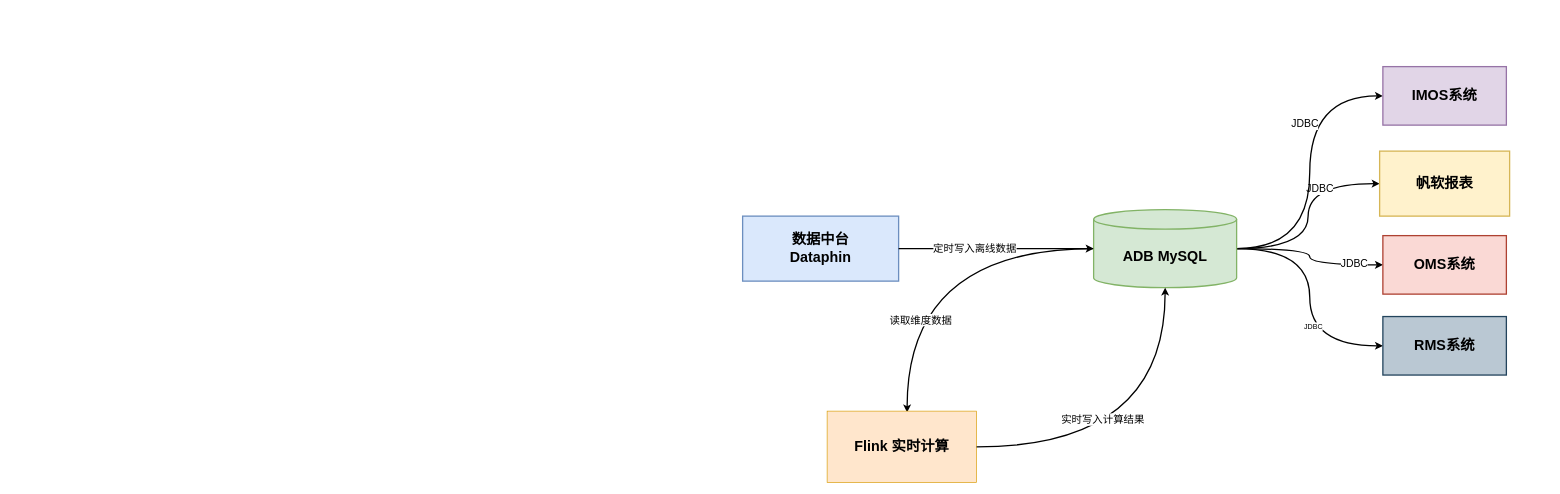
starzy1990/diagrams keeps this draw.io diagram as 未命名绘图.drawio. Above is the earlier version. Source tidied: cells renumbered, new cells numbered last; positions are measured from the earlier drawing's top-left corner, leaving out a move shared by most shapes. Both pictures are drawn from the tidied source at 65%, with x=0, y=0 at pixel (742, 66).
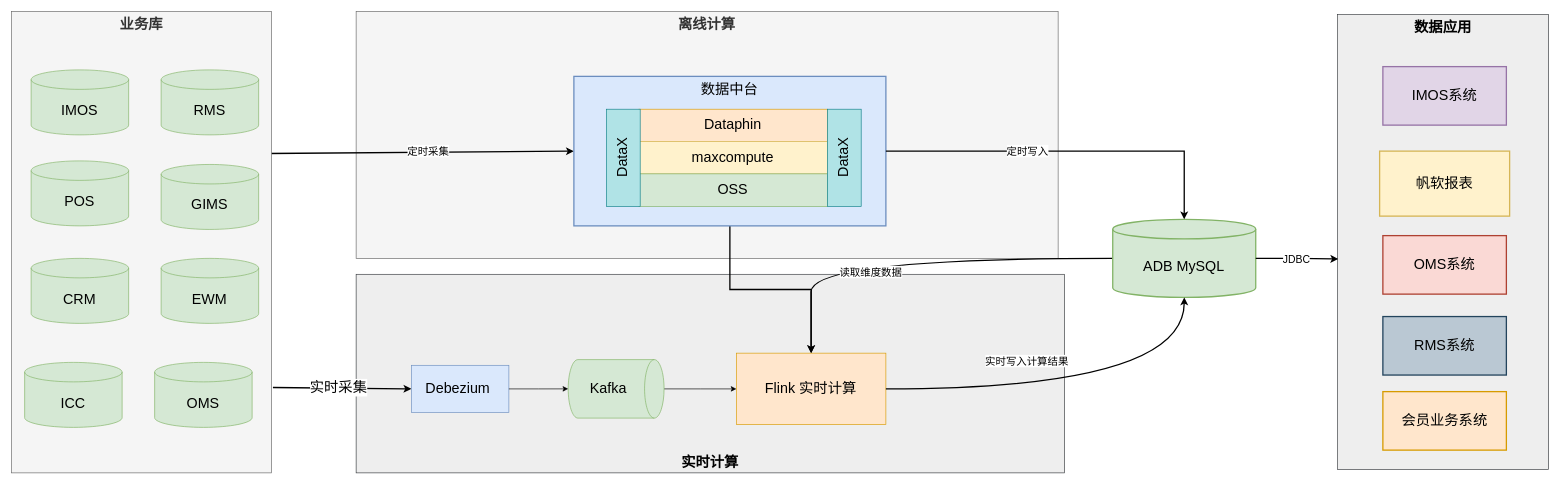
After the change.

Commit message (it also covers changes not shown here):
更新未命名绘图.drawio

Change to the diagram source:
```diff
@@
+    <mxCell id="23" value="数据应用" style="rounded=0;whiteSpace=wrap;html=1;fillColor=#eeeeee;strokeColor=#36393d;verticalAlign=top;fontStyle=1;fontSize=22;" parent="1" vertex="1">
+      <mxGeometry x="915.4" y="-80" width="324.6" height="700" as="geometry" />
+    </mxCell>
+    <mxCell id="24" value="实时计算" style="rounded=0;whiteSpace=wrap;html=1;fillColor=#eeeeee;horizontal=1;verticalAlign=bottom;fontSize=22;strokeColor=#36393d;fontStyle=1;" parent="1" vertex="1">
+      <mxGeometry x="-594.6" y="319.5" width="1090" height="305.5" as="geometry" />
+    </mxCell>
+    <mxCell id="25" value="离线计算" style="rounded=0;whiteSpace=wrap;html=1;fillColor=#f5f5f5;fontColor=#333333;strokeColor=#666666;horizontal=1;verticalAlign=top;fontSize=22;fontStyle=1;" parent="1" vertex="1">
+      <mxGeometry x="-594.6" y="-85" width="1080" height="380" as="geometry" />
+    </mxCell>
+    <mxCell id="26" style="rounded=0;jettySize=auto;html=1;entryX=0;entryY=0.5;entryDx=0;entryDy=0;strokeWidth=2;exitX=1.005;exitY=0.815;exitDx=0;exitDy=0;exitPerimeter=0;" parent="1" edge="1" source="30" target="35">
+      <mxGeometry relative="1" as="geometry" />
+    </mxCell>
+    <mxCell id="27" value="实时采集" style="edgeLabel;html=1;align=center;verticalAlign=middle;fontSize=22;" parent="26" vertex="1">
+      <mxGeometry x="-0.06" y="1" relative="1" as="geometry" />
+    </mxCell>
+    <mxCell id="28" style="rounded=0;jettySize=auto;html=1;entryX=0;entryY=0.5;entryDx=0;entryDy=0;strokeWidth=2;exitX=0.987;exitY=0.308;exitDx=0;exitDy=0;exitPerimeter=0;" parent="1" edge="1" source="30" target="13">
+      <mxGeometry relative="1" as="geometry" />
+    </mxCell>
+    <mxCell id="29" value="定时采集" style="edgeLabel;html=1;align=center;verticalAlign=middle;fontSize=16;" parent="28" vertex="1">
+      <mxGeometry x="0.04" y="-13" relative="1" as="geometry">
+        <mxPoint y="-15" as="offset" />
+      </mxGeometry>
+    </mxCell>
+    <mxCell id="30" value="业务库" style="rounded=0;whiteSpace=wrap;html=1;fillColor=#f5f5f5;fontColor=#333333;strokeColor=#666666;fontSize=22;verticalAlign=top;fontStyle=1;" parent="1" vertex="1">
+      <mxGeometry x="-1124.6" y="-85" width="400" height="710" as="geometry" />
+    </mxCell>
-    <mxCell id="2" style="edgeStyle=orthogonalEdgeStyle;rounded=0;jettySize=auto;html=1;exitX=0;exitY=0.5;exitDx=0;exitDy=0;exitPerimeter=0;entryX=0.535;entryY=0.018;entryDx=0;entryDy=0;entryPerimeter=0;curved=1;strokeWidth=2;" parent="1" edge="1" source="12" target="14">
+    <mxCell id="2" style="edgeStyle=orthogonalEdgeStyle;rounded=0;jettySize=auto;html=1;curved=1;strokeWidth=2;" parent="1" edge="1" source="12" target="14">
       <mxGeometry relative="1" as="geometry" />
     </mxCell>
     <mxCell id="3" value="读取维度数据" style="edgeLabel;html=1;align=center;verticalAlign=middle;fontSize=16;" parent="2" vertex="1">
-      <mxGeometry x="0.47" y="20" relative="1" as="geometry" />
+      <mxGeometry x="0.47" y="20" relative="1" as="geometry">
+        <mxPoint x="75" as="offset" />
+      </mxGeometry>
     </mxCell>
-    <mxCell id="4" style="edgeStyle=orthogonalEdgeStyle;rounded=0;jettySize=auto;html=1;entryX=0;entryY=0.5;entryDx=0;entryDy=0;strokeWidth=2;curved=1;" parent="1" edge="1" source="12" target="19">
-      <mxGeometry relative="1" as="geometry" />
-    </mxCell>
-    <mxCell id="5" value="JDBC" style="edgeLabel;html=1;align=center;verticalAlign=middle;fontSize=16;" parent="4" vertex="1">
-      <mxGeometry x="0.42" y="-7" relative="1" as="geometry" />
-    </mxCell>
-    <mxCell id="6" style="edgeStyle=orthogonalEdgeStyle;rounded=0;jettySize=auto;html=1;strokeWidth=2;curved=1;" parent="1" edge="1" source="12" target="21">
-      <mxGeometry relative="1" as="geometry" />
-    </mxCell>
-    <mxCell id="7" value="JDBC" style="edgeLabel;html=1;align=center;verticalAlign=middle;fontSize=16;" parent="6" vertex="1">
-      <mxGeometry x="0.64" y="4" relative="1" as="geometry" />
-    </mxCell>
-    <mxCell id="8" style="edgeStyle=orthogonalEdgeStyle;rounded=0;jettySize=auto;html=1;entryX=0;entryY=0.5;entryDx=0;entryDy=0;strokeWidth=2;curved=1;fontSize=16;" parent="1" edge="1" source="12" target="22">
-      <mxGeometry relative="1" as="geometry" />
-    </mxCell>
-    <mxCell id="9" value="JDBC" style="edgeLabel;html=1;align=center;verticalAlign=middle;" parent="8" vertex="1">
-      <mxGeometry x="0.24" y="5" relative="1" as="geometry" />
-    </mxCell>
-    <mxCell id="10" style="edgeStyle=orthogonalEdgeStyle;rounded=0;jettySize=auto;html=1;entryX=0;entryY=0.5;entryDx=0;entryDy=0;curved=1;strokeWidth=2;" parent="1" edge="1" source="12" target="20">
-      <mxGeometry relative="1" as="geometry" />
-    </mxCell>
-    <mxCell id="11" value="JDBC" style="edgeLabel;html=1;align=center;verticalAlign=middle;fontSize=16;" parent="10" vertex="1">
-      <mxGeometry x="0.33" y="8" relative="1" as="geometry">
-        <mxPoint y="1" as="offset" />
-      </mxGeometry>
-    </mxCell>
-    <mxCell id="12" value="ADB MySQL" style="shape=cylinder3;whiteSpace=wrap;html=1;boundedLbl=1;backgroundOutline=1;size=15;fillColor=#d5e8d4;strokeColor=#82b366;fontSize=22;fontStyle=1;strokeWidth=2;" parent="1" vertex="1">
-      <mxGeometry x="540" y="220" width="220" height="120" as="geometry" />
+    <mxCell id="12" value="ADB MySQL" style="shape=cylinder3;whiteSpace=wrap;html=1;boundedLbl=1;backgroundOutline=1;size=15;fillColor=#d5e8d4;strokeColor=#82b366;fontSize=22;fontStyle=0;strokeWidth=2;" parent="1" vertex="1">
+      <mxGeometry x="569.4" y="235" width="220" height="120" as="geometry" />
     </mxCell>
+    <mxCell id="31" style="edgeStyle=orthogonalEdgeStyle;rounded=0;jettySize=auto;html=1;entryX=0.5;entryY=0;entryDx=0;entryDy=0;strokeWidth=2;" parent="1" edge="1" source="13" target="14">
+      <mxGeometry relative="1" as="geometry" />
+    </mxCell>
-    <mxCell id="13" value="数据中台&lt;br style=&quot;font-size: 22px;&quot;&gt;Dataphin" style="rounded=0;whiteSpace=wrap;html=1;fontStyle=1;fillColor=#dae8fc;strokeColor=#6c8ebf;fontSize=22;strokeWidth=2;" parent="1" vertex="1">
-      <mxGeometry y="230" width="240" height="100" as="geometry" />
+    <mxCell id="13" value="数据中台&lt;br style=&quot;font-size: 22px;&quot;&gt;" style="rounded=0;whiteSpace=wrap;html=1;fontStyle=0;fillColor=#dae8fc;strokeColor=#6c8ebf;fontSize=22;strokeWidth=2;horizontal=1;verticalAlign=top;" parent="1" vertex="1">
+      <mxGeometry x="-259.6" y="15" width="480" height="230" as="geometry" />
     </mxCell>
-    <mxCell id="14" value="Flink 实时计算" style="rounded=0;whiteSpace=wrap;html=1;fontStyle=1;fontSize=22;fillColor=#ffe6cc;strokeColor=#d79b00;" parent="1" vertex="1">
-      <mxGeometry x="130" y="530" width="230" height="110" as="geometry" />
+    <mxCell id="14" value="Flink 实时计算" style="rounded=0;whiteSpace=wrap;html=1;fontStyle=0;fontSize=22;fillColor=#ffe6cc;strokeColor=#d79b00;" parent="1" vertex="1">
+      <mxGeometry x="-9.6" y="440.8" width="230" height="110" as="geometry" />
     </mxCell>
-    <mxCell id="15" style="edgeStyle=orthogonalEdgeStyle;rounded=0;jettySize=auto;html=1;entryX=0;entryY=0.5;entryDx=0;entryDy=0;entryPerimeter=0;strokeWidth=2;" parent="1" edge="1" source="13" target="12">
+    <mxCell id="15" style="edgeStyle=orthogonalEdgeStyle;rounded=0;jettySize=auto;html=1;entryX=0.5;entryY=0;entryDx=0;entryDy=0;entryPerimeter=0;strokeWidth=2;" parent="1" edge="1" source="13" target="12">
       <mxGeometry relative="1" as="geometry" />
     </mxCell>
-    <mxCell id="16" value="定时写入离线数据" style="edgeLabel;html=1;align=center;verticalAlign=middle;fontSize=16;" parent="15" vertex="1">
+    <mxCell id="16" value="定时写入" style="edgeLabel;html=1;align=center;verticalAlign=middle;fontSize=16;" parent="15" vertex="1">
       <mxGeometry x="-0.23" y="1" relative="1" as="geometry" />
     </mxCell>
@@
-    <mxCell id="19" value="帆软报表" style="rounded=0;whiteSpace=wrap;html=1;fillColor=#fff2cc;strokeColor=#d6b656;strokeWidth=2;fontSize=22;fontStyle=1;" parent="1" vertex="1">
+    <mxCell id="19" value="帆软报表" style="rounded=0;whiteSpace=wrap;html=1;fillColor=#fff2cc;strokeColor=#d6b656;strokeWidth=2;fontSize=22;fontStyle=0;" parent="1" vertex="1">
       <mxGeometry x="980" y="130" width="200" height="100" as="geometry" />
     </mxCell>
-    <mxCell id="20" value="IMOS系统" style="rounded=0;whiteSpace=wrap;html=1;fillColor=#e1d5e7;strokeColor=#9673a6;fontSize=22;fontStyle=1;strokeWidth=2;" parent="1" vertex="1">
+    <mxCell id="20" value="IMOS系统" style="rounded=0;whiteSpace=wrap;html=1;fillColor=#e1d5e7;strokeColor=#9673a6;fontSize=22;fontStyle=0;strokeWidth=2;" parent="1" vertex="1">
       <mxGeometry x="985" width="190" height="90" as="geometry" />
     </mxCell>
-    <mxCell id="21" value="OMS系统" style="rounded=0;whiteSpace=wrap;html=1;fillColor=#fad9d5;strokeColor=#ae4132;fontSize=22;fontStyle=1;strokeWidth=2;" parent="1" vertex="1">
+    <mxCell id="21" value="OMS系统" style="rounded=0;whiteSpace=wrap;html=1;fillColor=#fad9d5;strokeColor=#ae4132;fontSize=22;fontStyle=0;strokeWidth=2;" parent="1" vertex="1">
       <mxGeometry x="985" y="260" width="190" height="90" as="geometry" />
     </mxCell>
-    <mxCell id="22" value="RMS系统" style="rounded=0;whiteSpace=wrap;html=1;fillColor=#bac8d3;strokeColor=#23445d;fontSize=22;fontStyle=1;strokeWidth=2;" parent="1" vertex="1">
+    <mxCell id="22" value="RMS系统" style="rounded=0;whiteSpace=wrap;html=1;fillColor=#bac8d3;strokeColor=#23445d;fontSize=22;fontStyle=0;strokeWidth=2;" parent="1" vertex="1">
       <mxGeometry x="985" y="384.5" width="190" height="90" as="geometry" />
     </mxCell>
+    <mxCell id="32" value="会员业务系统" style="rounded=0;whiteSpace=wrap;html=1;fillColor=#ffe6cc;strokeColor=#d79b00;fontSize=22;fontStyle=0;strokeWidth=2;" parent="1" vertex="1">
+      <mxGeometry x="985" y="500" width="190" height="90" as="geometry" />
+    </mxCell>
+    <mxCell id="33" style="edgeStyle=orthogonalEdgeStyle;rounded=0;jettySize=auto;html=1;entryX=0;entryY=0.5;entryDx=0;entryDy=0;" parent="1" edge="1" source="34" target="14">
+      <mxGeometry relative="1" as="geometry" />
+    </mxCell>
+    <mxCell id="34" value="Kafka" style="shape=cylinder3;whiteSpace=wrap;html=1;boundedLbl=1;backgroundOutline=1;size=15;rotation=90;fillColor=#d5e8d4;strokeColor=#82b366;fontSize=22;horizontal=0;" parent="1" vertex="1">
+      <mxGeometry x="-239.6" y="422" width="90" height="147.5" as="geometry" />
+    </mxCell>
+    <mxCell id="35" value="Debezium&amp;nbsp;" style="rounded=0;whiteSpace=wrap;html=1;fillColor=#dae8fc;strokeColor=#6c8ebf;fontStyle=0;fontSize=22;" parent="1" vertex="1">
+      <mxGeometry x="-509.6" y="459.5" width="150" height="72.5" as="geometry" />
+    </mxCell>
+    <mxCell id="36" value="IMOS" style="shape=cylinder3;whiteSpace=wrap;html=1;boundedLbl=1;backgroundOutline=1;size=15;fillColor=#d5e8d4;strokeColor=#82b366;fontSize=22;" parent="1" vertex="1">
+      <mxGeometry x="-1094.6" y="5" width="150" height="100" as="geometry" />
+    </mxCell>
+    <mxCell id="37" style="edgeStyle=orthogonalEdgeStyle;rounded=0;jettySize=auto;html=1;entryX=0.5;entryY=1;entryDx=0;entryDy=0;entryPerimeter=0;" parent="1" edge="1" source="35" target="34">
+      <mxGeometry relative="1" as="geometry" />
+    </mxCell>
+    <mxCell id="38" value="POS" style="shape=cylinder3;whiteSpace=wrap;html=1;boundedLbl=1;backgroundOutline=1;size=15;fillColor=#d5e8d4;strokeColor=#82b366;fontSize=22;" parent="1" vertex="1">
+      <mxGeometry x="-1094.6" y="145" width="150" height="100" as="geometry" />
+    </mxCell>
+    <mxCell id="39" value="GIMS" style="shape=cylinder3;whiteSpace=wrap;html=1;boundedLbl=1;backgroundOutline=1;size=15;fillColor=#d5e8d4;strokeColor=#82b366;fontSize=22;" parent="1" vertex="1">
+      <mxGeometry x="-894.6" y="150.5" width="150" height="100" as="geometry" />
+    </mxCell>
+    <mxCell id="40" value="CRM" style="shape=cylinder3;whiteSpace=wrap;html=1;boundedLbl=1;backgroundOutline=1;size=15;fillColor=#d5e8d4;strokeColor=#82b366;fontSize=22;" parent="1" vertex="1">
+      <mxGeometry x="-1094.6" y="295" width="150" height="100" as="geometry" />
+    </mxCell>
+    <mxCell id="41" value="RMS" style="shape=cylinder3;whiteSpace=wrap;html=1;boundedLbl=1;backgroundOutline=1;size=15;fillColor=#d5e8d4;strokeColor=#82b366;fontSize=22;" parent="1" vertex="1">
+      <mxGeometry x="-894.6" y="5" width="150" height="100" as="geometry" />
+    </mxCell>
+    <mxCell id="42" value="EWM" style="shape=cylinder3;whiteSpace=wrap;html=1;boundedLbl=1;backgroundOutline=1;size=15;fillColor=#d5e8d4;strokeColor=#82b366;fontSize=22;" parent="1" vertex="1">
+      <mxGeometry x="-894.6" y="295" width="150" height="100" as="geometry" />
+    </mxCell>
+    <mxCell id="43" value="ICC" style="shape=cylinder3;whiteSpace=wrap;html=1;boundedLbl=1;backgroundOutline=1;size=15;fillColor=#d5e8d4;strokeColor=#82b366;fontSize=22;" parent="1" vertex="1">
+      <mxGeometry x="-1104.6" y="455" width="150" height="100" as="geometry" />
+    </mxCell>
+    <mxCell id="44" value="OMS" style="shape=cylinder3;whiteSpace=wrap;html=1;boundedLbl=1;backgroundOutline=1;size=15;fillColor=#d5e8d4;strokeColor=#82b366;fontSize=22;" parent="1" vertex="1">
+      <mxGeometry x="-904.6" y="455" width="150" height="100" as="geometry" />
+    </mxCell>
+    <mxCell id="45" value="Dataphin" style="rounded=0;whiteSpace=wrap;html=1;fontSize=22;fillColor=#ffe6cc;strokeColor=#d79b00;" parent="1" vertex="1">
+      <mxGeometry x="-159.6" y="65.5" width="290" height="49.5" as="geometry" />
+    </mxCell>
+    <mxCell id="46" value="maxcompute" style="rounded=0;whiteSpace=wrap;html=1;fillColor=#fff2cc;strokeColor=#d6b656;fontSize=22;" parent="1" vertex="1">
+      <mxGeometry x="-159.6" y="115" width="290" height="50" as="geometry" />
+    </mxCell>
+    <mxCell id="47" value="OSS" style="rounded=0;whiteSpace=wrap;html=1;fillColor=#d5e8d4;strokeColor=#82b366;fontSize=22;" parent="1" vertex="1">
+      <mxGeometry x="-159.6" y="165" width="290" height="50" as="geometry" />
+    </mxCell>
+    <mxCell id="48" value="DataX" style="rounded=0;whiteSpace=wrap;html=1;fontSize=22;fillColor=#b0e3e6;strokeColor=#0e8088;horizontal=0;" parent="1" vertex="1">
+      <mxGeometry x="-209.6" y="65.5" width="52" height="149.5" as="geometry" />
+    </mxCell>
+    <mxCell id="49" value="DataX" style="rounded=0;whiteSpace=wrap;html=1;fontSize=22;fillColor=#b0e3e6;strokeColor=#0e8088;horizontal=0;" parent="1" vertex="1">
+      <mxGeometry x="130.4" y="65.5" width="52" height="149.5" as="geometry" />
+    </mxCell>
+    <mxCell id="50" style="edgeStyle=orthogonalEdgeStyle;rounded=0;jettySize=auto;html=1;entryX=0.003;entryY=0.537;entryDx=0;entryDy=0;entryPerimeter=0;strokeWidth=2;" parent="1" edge="1" source="12" target="23">
+      <mxGeometry relative="1" as="geometry" />
+    </mxCell>
+    <mxCell id="51" value="JDBC" style="edgeLabel;html=1;align=center;verticalAlign=middle;fontSize=16;" parent="50" vertex="1">
+      <mxGeometry x="-0.02" y="-1" relative="1" as="geometry">
+        <mxPoint y="1" as="offset" />
+      </mxGeometry>
+    </mxCell>
```
